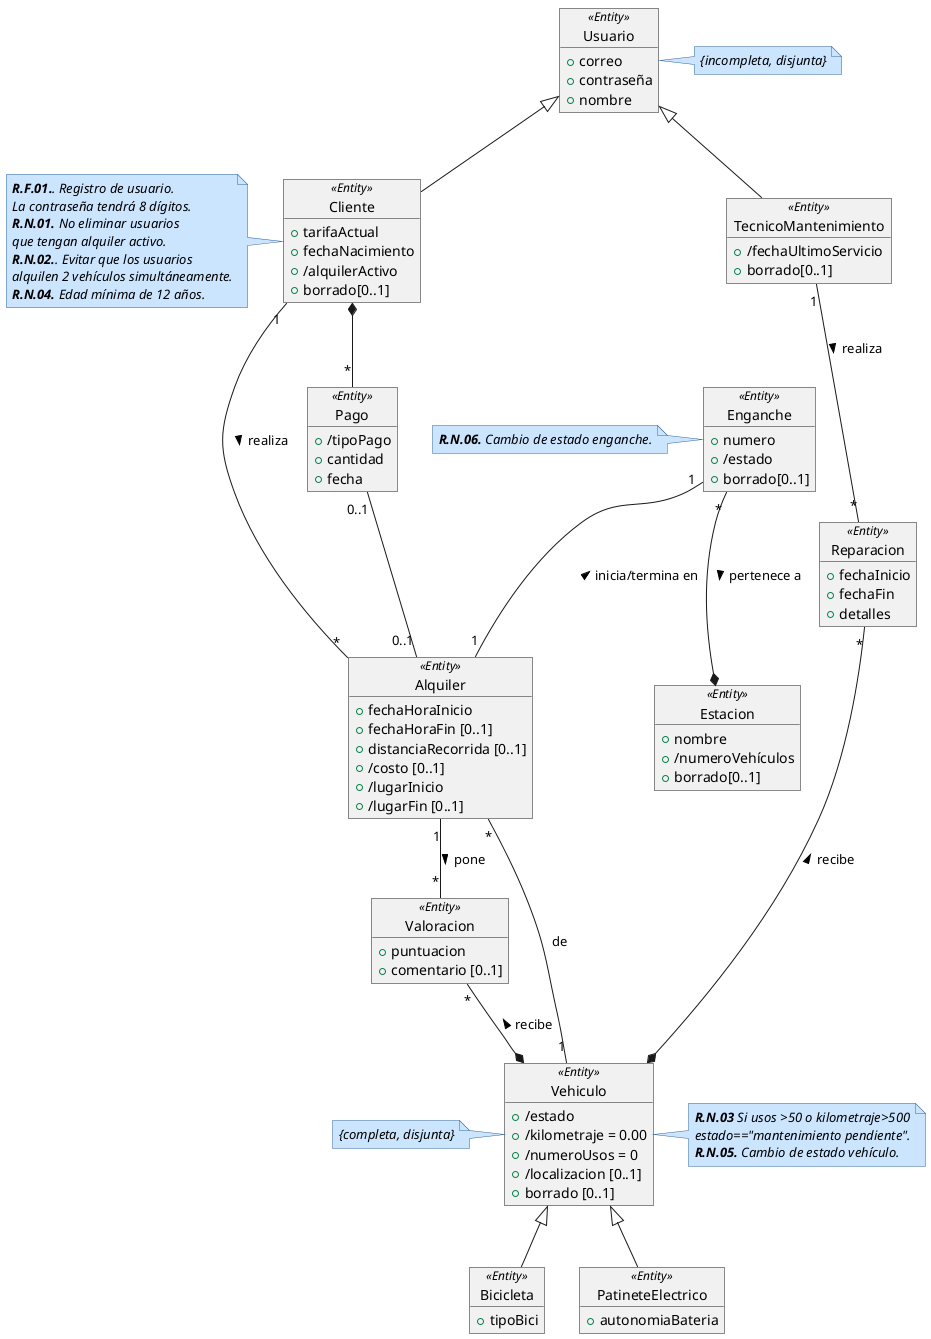
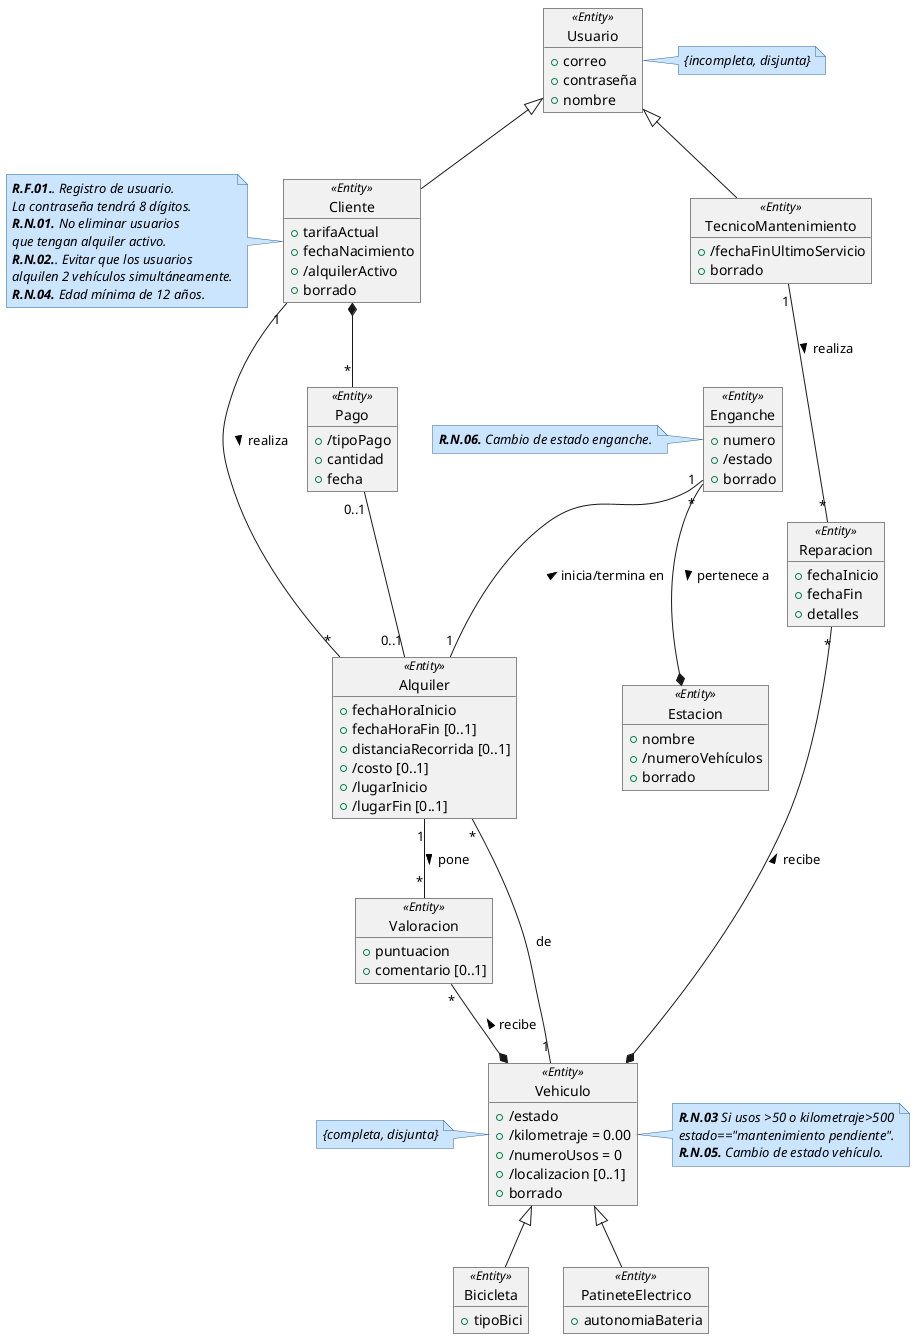
@startuml DiagramaClases

skinparam note {
  BackgroundColor #cce5ff
  BorderColor #336699
  FontStyle italic
}

object Usuario<<Entity>> {
    +correo
    +contraseña
    +nombre
}
note right: {incompleta, disjunta}


object Cliente<<Entity>> {
    +tarifaActual
    +fechaNacimiento
    +/alquilerActivo
-     +borrado[0..1]
+     +borrado
}
note left
'''
 **R.F.01.**. Registro de usuario.
 La contraseña tendrá 8 dígitos.
 **R.N.01.** No eliminar usuarios
 que tengan alquiler activo.
 **R.N.02.**. Evitar que los usuarios
 alquilen 2 vehículos simultáneamente.
 **R.N.04.** Edad mínima de 12 años.
'''
end note

object Pago<<Entity>> {
    +/tipoPago
    +cantidad
    +fecha
}
'Tipo pago puede ser o mensual o individual


object TecnicoMantenimiento<<Entity>> {
-     +/fechaUltimoServicio
-     +borrado[0..1]
+     +/fechaFinUltimoServicio
+     +borrado
}

object Reparacion<<Entity>> {
    +fechaInicio
    +fechaFin
    +detalles
}

object Valoracion<<Entity>> {
    +puntuacion
    +comentario [0..1]
}

/'
La distancia recorrida la cuenta el vehículo con un
medidor incorporado y solo se registra cuando termina el recorrido.
Por eso mismo no es derivada de lugar inicio o fin, porque si no si acabas
en el mismo sitio la distancia recorrida sería 0.
'/
object Alquiler<<Entity>> {
    +fechaHoraInicio
    +fechaHoraFin [0..1]
    +distanciaRecorrida [0..1]
    +/costo [0..1]
    +/lugarInicio
    +/lugarFin [0..1]
}

/'
La localización del vehículo se muestra cuando se guarda el vehículo.
No se guarda localización por GPS.
'/
object Vehiculo<<Entity>> {
    +/estado
    +/kilometraje = 0.00
    +/numeroUsos = 0
    +/localizacion [0..1]
-     +borrado [0..1]
+     +borrado
}
note right
'''
 **R.N.03** Si usos >50 o kilometraje>500
 estado=="mantenimiento pendiente".
 **R.N.05.** Cambio de estado vehículo.
'''
end note
note left of Vehiculo: {completa, disjunta}

object Estacion<<Entity>> {
    +nombre
    +/numeroVehículos
-     +borrado[0..1]
+     +borrado
}

object Enganche<<Entity>> {
    +numero
    +/estado
-     +borrado[0..1]
+     +borrado
}
note left
'''
 **R.N.06.** Cambio de estado enganche.
'''
end note

object Bicicleta<<Entity>> {
    +tipoBici
}

object PatineteElectrico<<Entity>> {
    +autonomiaBateria
}

Usuario <|-- Cliente
Usuario <|-- TecnicoMantenimiento

Enganche "*"--* Estacion : pertenece a >

'Relación directa valoraciones'
Alquiler "1"--"*" Valoracion : pone >
Valoracion "*"--* Vehiculo : recibe <

TecnicoMantenimiento "1"--"*" Reparacion : realiza >
Reparacion "*"--* Vehiculo : recibe <

Enganche "1" --"1" Alquiler: inicia/termina en <


'Relacion de Alquileres'
Cliente "1"--"*"  Alquiler: realiza >

Alquiler "*"--"1" Vehiculo: de

'Relacion Pago'
Cliente *--"*" Pago
Pago "0..1"--"0..1" Alquiler

Vehiculo <|-- Bicicleta
Vehiculo <|-- PatineteElectrico


@enduml